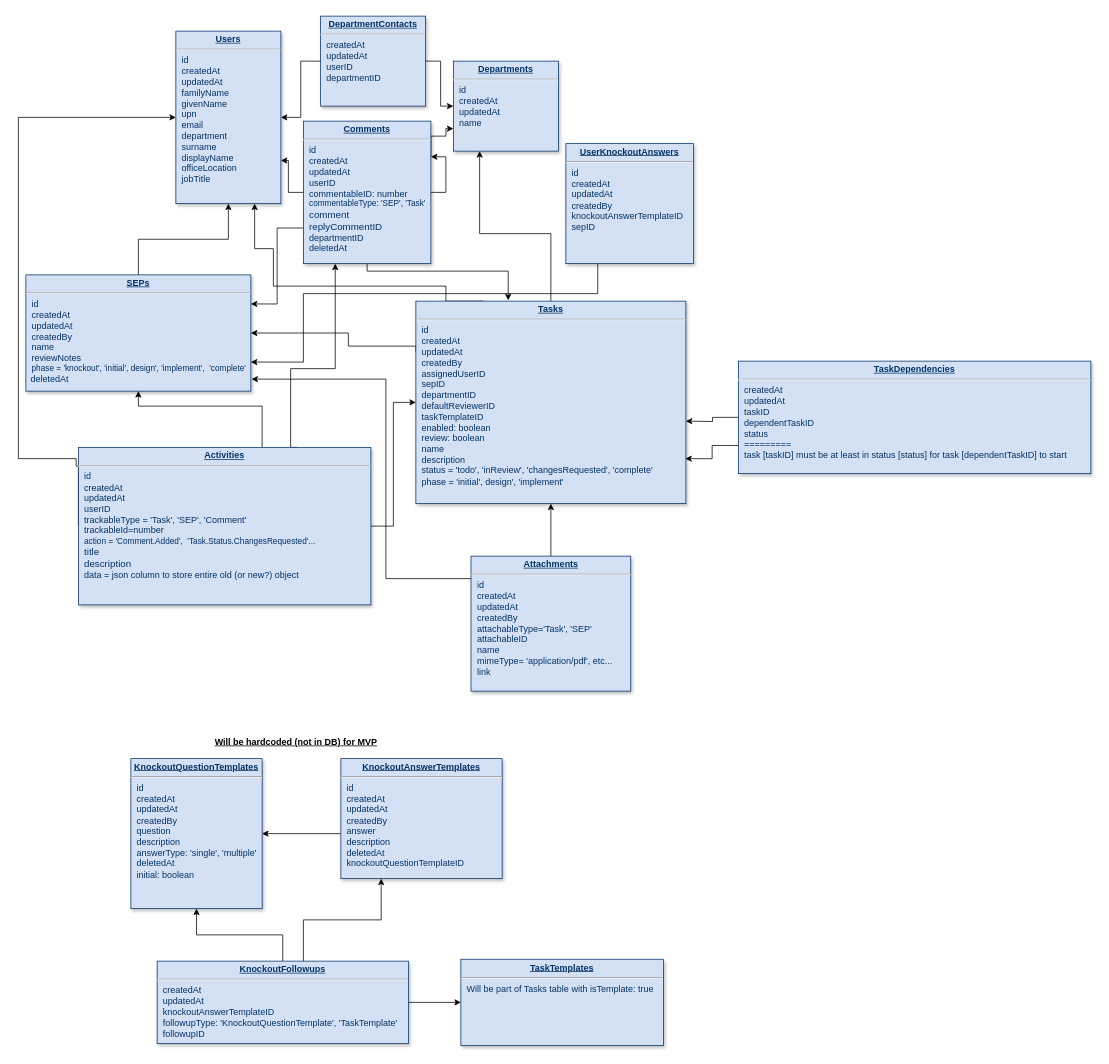
The draw.io diagram docs/sep-database.drawio.xml in BitCoyote/Solution-Enablement-Process, before the edit. Source tidied: cells renumbered, new cells numbered last; positions are measured from the earlier drawing's top-left corner, leaving out a move shared by most shapes. Both pictures are drawn from the tidied source at 75%, with x=0, y=0 at pixel (18, 16).
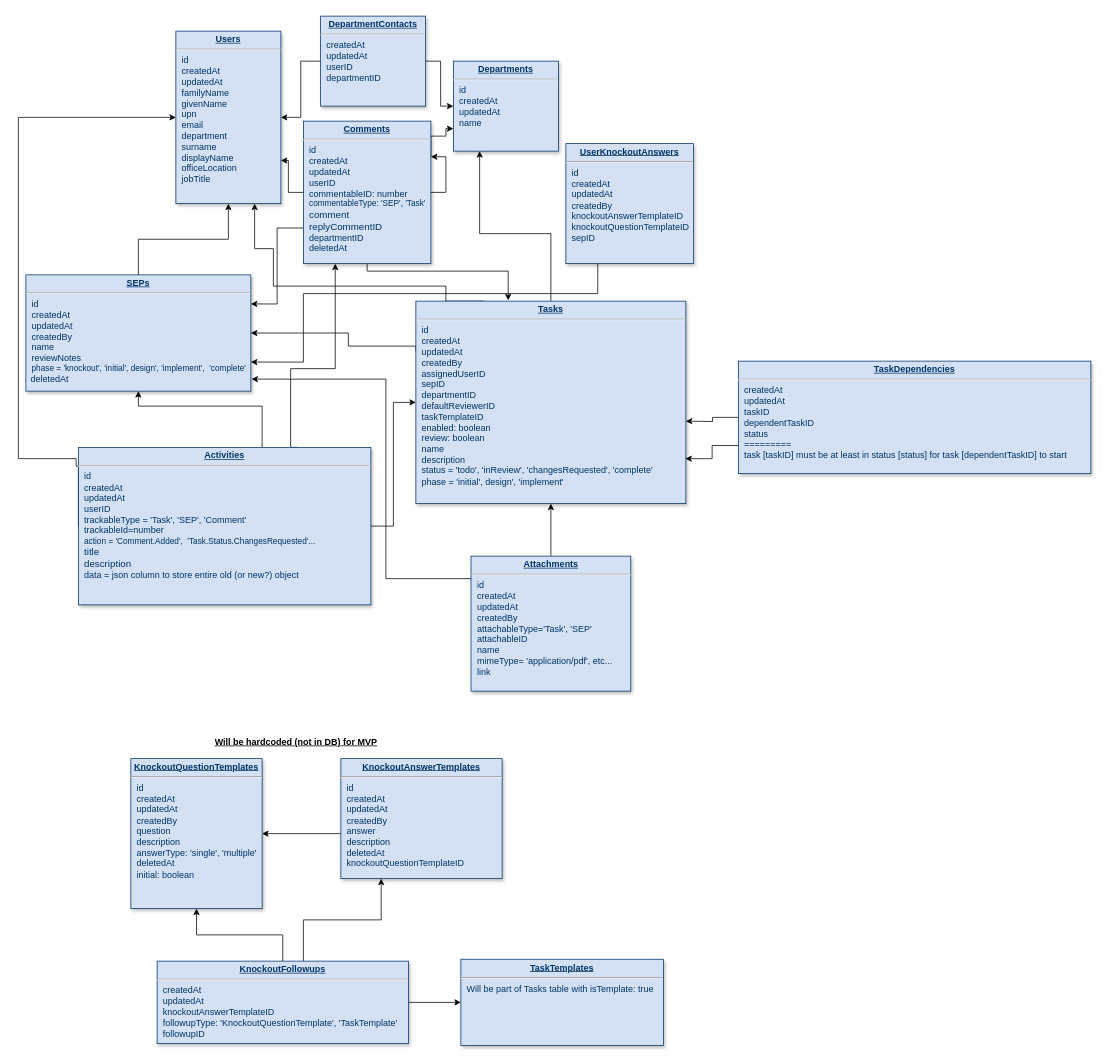
The same diagram, later.

Commit message (it also covers changes not shown here):
Updated db diagram with new field

Change to the diagram source:
```diff
@@
-    <mxCell id="40" value="&lt;p style=&quot;margin: 0px; margin-top: 4px; text-align: center; text-decoration: underline;&quot;&gt;&lt;strong&gt;UserKnockoutAnswers&lt;/strong&gt;&lt;/p&gt;&lt;hr&gt;&lt;p style=&quot;margin: 0px; margin-left: 8px;&quot;&gt;&lt;span style=&quot;background-color: initial;&quot;&gt;id&lt;/span&gt;&lt;/p&gt;&lt;p style=&quot;margin: 0px; margin-left: 8px;&quot;&gt;&lt;span style=&quot;background-color: initial;&quot;&gt;createdAt&lt;/span&gt;&lt;br&gt;&lt;/p&gt;&lt;p style=&quot;margin: 0px; margin-left: 8px;&quot;&gt;updatedAt&lt;/p&gt;&lt;p style=&quot;margin: 0px; margin-left: 8px;&quot;&gt;createdBy&lt;/p&gt;&lt;p style=&quot;margin: 0px; margin-left: 8px;&quot;&gt;&lt;span style=&quot;background-color: initial;&quot;&gt;knockoutAnswerTemplateID&lt;/span&gt;&lt;br&gt;&lt;/p&gt;&lt;p style=&quot;margin: 0px; margin-left: 8px;&quot;&gt;sepID&lt;/p&gt;" style="verticalAlign=top;align=left;overflow=fill;fontSize=12;fontFamily=Helvetica;html=1;strokeColor=#003366;shadow=1;fillColor=#D4E1F5;fontColor=#003366;" parent="1" vertex="1">
+    <mxCell id="40" value="&lt;p style=&quot;margin: 0px; margin-top: 4px; text-align: center; text-decoration: underline;&quot;&gt;&lt;strong&gt;UserKnockoutAnswers&lt;/strong&gt;&lt;/p&gt;&lt;hr&gt;&lt;p style=&quot;margin: 0px; margin-left: 8px;&quot;&gt;&lt;span style=&quot;background-color: initial;&quot;&gt;id&lt;/span&gt;&lt;/p&gt;&lt;p style=&quot;margin: 0px; margin-left: 8px;&quot;&gt;&lt;span style=&quot;background-color: initial;&quot;&gt;createdAt&lt;/span&gt;&lt;br&gt;&lt;/p&gt;&lt;p style=&quot;margin: 0px; margin-left: 8px;&quot;&gt;updatedAt&lt;/p&gt;&lt;p style=&quot;margin: 0px; margin-left: 8px;&quot;&gt;createdBy&lt;/p&gt;&lt;p style=&quot;margin: 0px; margin-left: 8px;&quot;&gt;&lt;span style=&quot;background-color: initial;&quot;&gt;knockoutAnswerTemplateID&lt;/span&gt;&lt;br&gt;&lt;/p&gt;&lt;p style=&quot;margin: 0px; margin-left: 8px;&quot;&gt;knockoutQuestionTemplateID&lt;br&gt;&lt;/p&gt;&lt;p style=&quot;margin: 0px; margin-left: 8px;&quot;&gt;sepID&lt;/p&gt;" style="verticalAlign=top;align=left;overflow=fill;fontSize=12;fontFamily=Helvetica;html=1;strokeColor=#003366;shadow=1;fillColor=#D4E1F5;fontColor=#003366;" parent="1" vertex="1">
       <mxGeometry x="730" y="170" width="170" height="160" as="geometry" />
     </mxCell>
```
